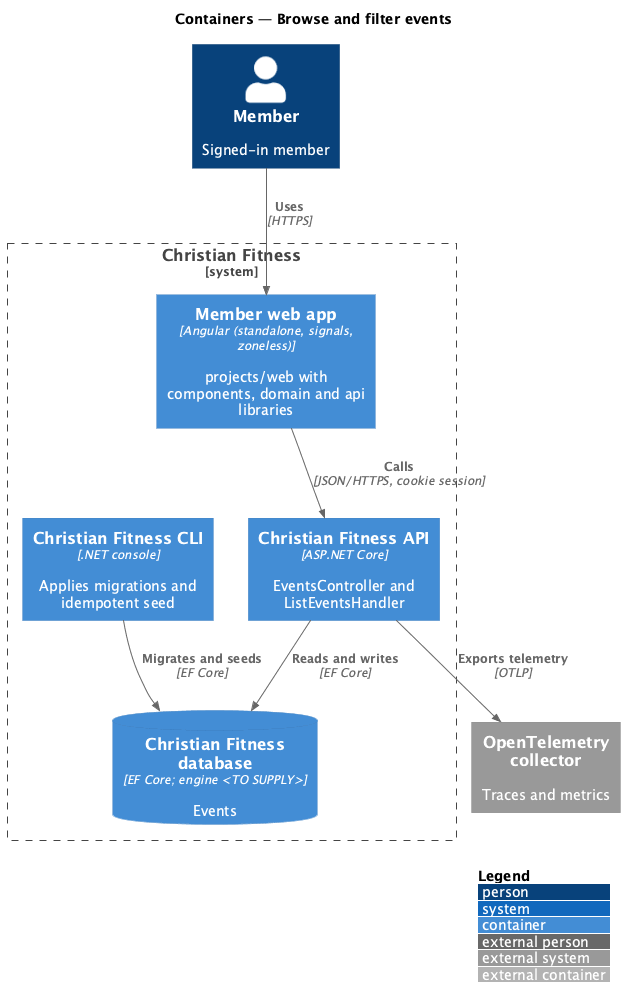
This is docs/detailed-designs/events/browse-events/diagrams/c4-container.png from QuinntyneBrown/christian-fitness, a PlantUML export, as it was before one commit. Source of this version:
```plantuml
@startuml
!include <C4/C4_Container>
LAYOUT_WITH_LEGEND()
title Containers — Browse and filter events

Person(member, "Member", "Signed-in member")
System_Boundary(cf, "Christian Fitness") {
  Container(web, "Member web app", "Angular (standalone, signals, zoneless)", "projects/web with components, domain and api libraries")
  Container(api, "Christian Fitness API", "ASP.NET Core", "EventsController and ListEventsHandler")
  ContainerDb(db, "Christian Fitness database", "EF Core; engine <TO SUPPLY>", "Events")
  Container(cli, "Christian Fitness CLI", ".NET console", "Applies migrations and idempotent seed")
}
System_Ext(otel, "OpenTelemetry collector", "Traces and metrics")
Rel(member, web, "Uses", "HTTPS")
Rel(web, api, "Calls", "JSON/HTTPS, cookie session")
Rel(api, db, "Reads and writes", "EF Core")
Rel(cli, db, "Migrates and seeds", "EF Core")
Rel(api, otel, "Exports telemetry", "OTLP")
@enduml
```
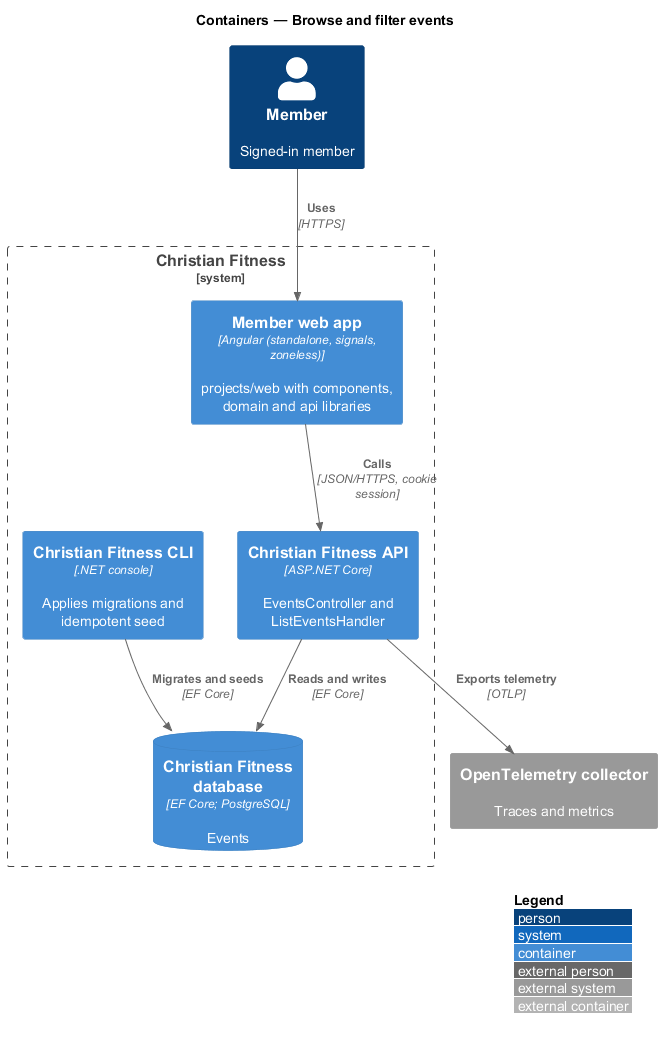
Later version of the same file.

Change to the diagram source:
```diff
@@ -7,7 +7,7 @@
 System_Boundary(cf, "Christian Fitness") {
   Container(web, "Member web app", "Angular (standalone, signals, zoneless)", "projects/web with components, domain and api libraries")
   Container(api, "Christian Fitness API", "ASP.NET Core", "EventsController and ListEventsHandler")
-  ContainerDb(db, "Christian Fitness database", "EF Core; engine <TO SUPPLY>", "Events")
+  ContainerDb(db, "Christian Fitness database", "EF Core; PostgreSQL", "Events")
   Container(cli, "Christian Fitness CLI", ".NET console", "Applies migrations and idempotent seed")
 }
 System_Ext(otel, "OpenTelemetry collector", "Traces and metrics")
```
